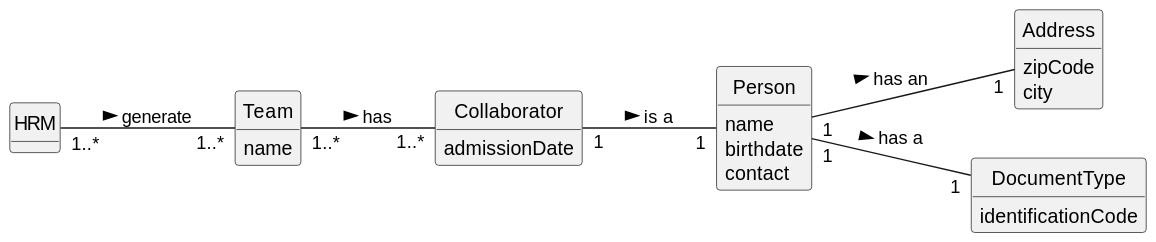
Earlier version of the PlantUML export docs/sprintB/us005/02.analysis/svg/us005-domain-model.svg (ricardomm7/leaflink).
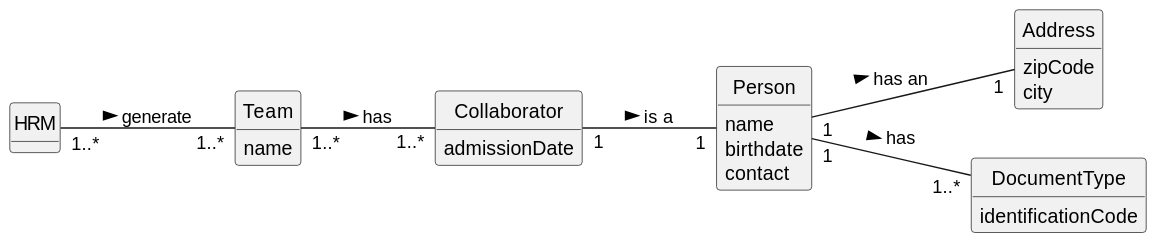
After the commit.

The edit, as a diff of the source:
```diff
@@ -38,6 +38,6 @@
 HRM "1..*" -- "1..*" Team: generate   >
 Person "1" -- "1" Address: has an >
 Collaborator "1" -- "1"  Person: is a >
-Person "1" -- "1"  DocumentType: has a >
+Person "1" -- "1..*"  DocumentType: has >
 Team "1..*" -- "1..*" Collaborator : has >
 @enduml
```
